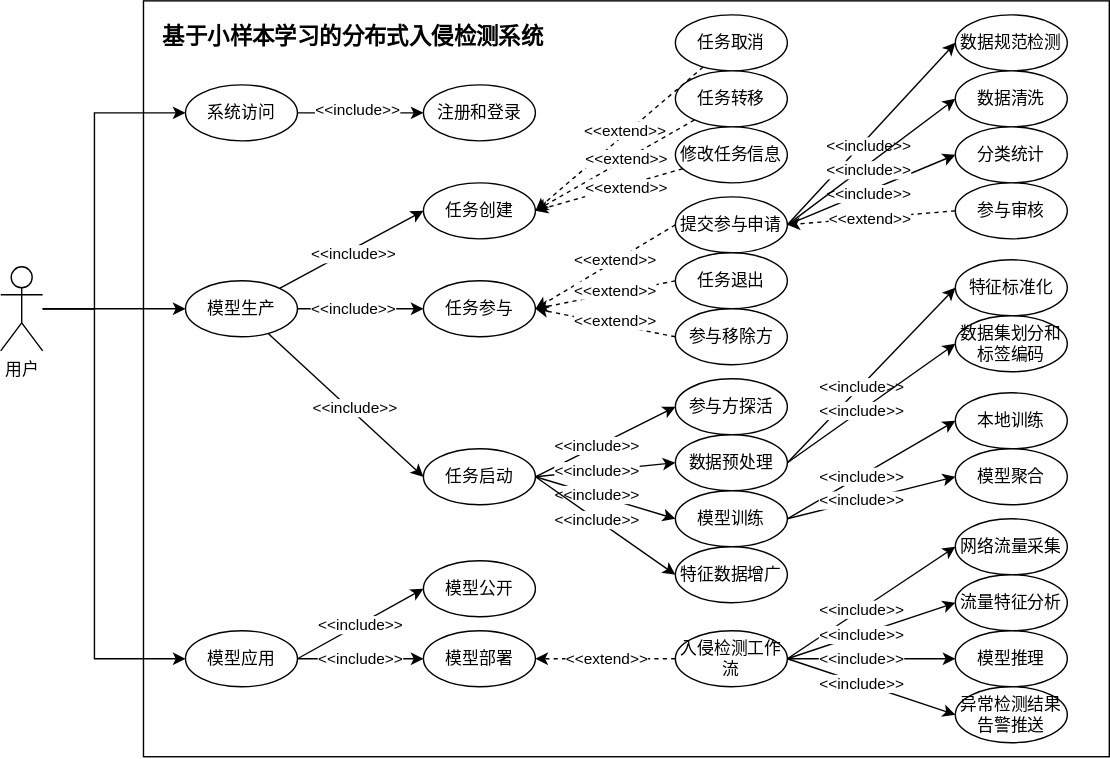
This is 需求用例图.svg from hiro942/drawio, a draw.io export, as it was before one commit. Source tidied: cells renumbered, new cells last; positions are measured from the earlier drawing's top-left corner, leaving out a move shared by most shapes.
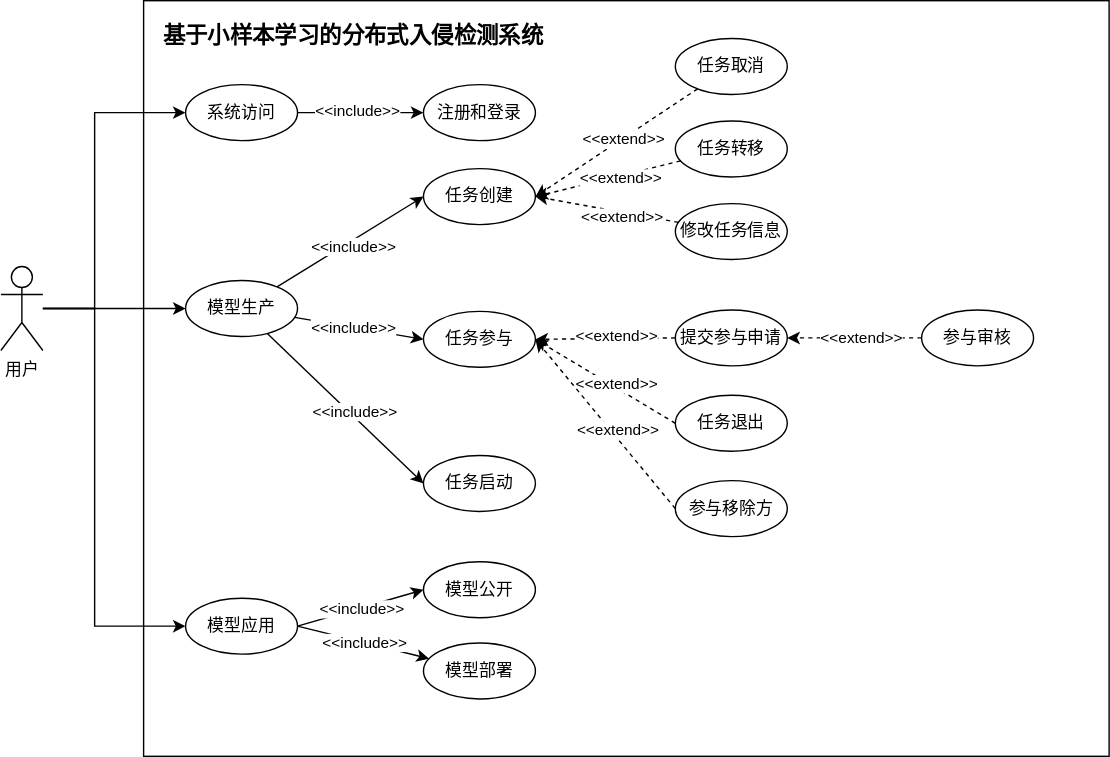
The same file after the commit.

Commit message:
更新需求用例图.svg

Change to the diagram source:
```diff
@@ -18,10 +18,11 @@
         </Array>
       </mxGeometry>
     </mxCell>
-    <mxCell id="6" style="rounded=0;jettySize=auto;html=1;entryX=0;entryY=0.5;entryDx=0;entryDy=0;edgeStyle=orthogonalEdgeStyle;" parent="1" edge="1" source="7" target="17">
+    <mxCell id="6" style="edgeStyle=orthogonalEdgeStyle;rounded=0;jettySize=auto;html=1;entryX=0;entryY=0.5;entryDx=0;entryDy=0;" parent="1" edge="1" source="7" target="17">
       <mxGeometry relative="1" as="geometry">
         <Array as="points">
-          <mxPoint x="67" y="470" />
+          <mxPoint x="67" y="220" />
+          <mxPoint x="67" y="447" />
         </Array>
       </mxGeometry>
     </mxCell>
@@ -60,69 +61,71 @@
       <mxGeometry x="132" y="200" width="80" height="40" as="geometry" />
     </mxCell>
     <mxCell id="17" value="模型应用" style="ellipse;whiteSpace=wrap;html=1;" parent="1" vertex="1">
-      <mxGeometry x="132" y="450" width="80" height="40" as="geometry" />
+      <mxGeometry x="132" y="427" width="80" height="40" as="geometry" />
     </mxCell>
     <mxCell id="18" value="注册和登录" style="ellipse;whiteSpace=wrap;html=1;" parent="1" vertex="1">
       <mxGeometry x="302" y="60" width="80" height="40" as="geometry" />
     </mxCell>
     <mxCell id="19" value="任务创建" style="ellipse;whiteSpace=wrap;html=1;" parent="1" vertex="1">
-      <mxGeometry x="302" y="130" width="80" height="40" as="geometry" />
+      <mxGeometry x="302" y="120" width="80" height="40" as="geometry" />
     </mxCell>
     <mxCell id="20" value="任务参与" style="ellipse;whiteSpace=wrap;html=1;" parent="1" vertex="1">
-      <mxGeometry x="302" y="200" width="80" height="40" as="geometry" />
+      <mxGeometry x="302" y="222" width="80" height="40" as="geometry" />
     </mxCell>
     <mxCell id="21" value="任务启动" style="ellipse;whiteSpace=wrap;html=1;" parent="1" vertex="1">
-      <mxGeometry x="302" y="320" width="80" height="40" as="geometry" />
+      <mxGeometry x="302" y="325" width="80" height="40" as="geometry" />
     </mxCell>
     <mxCell id="22" value="模型部署" style="ellipse;whiteSpace=wrap;html=1;" parent="1" vertex="1">
-      <mxGeometry x="302" y="450" width="80" height="40" as="geometry" />
+      <mxGeometry x="302" y="459" width="80" height="40" as="geometry" />
     </mxCell>
     <mxCell id="23" value="提交参与申请" style="ellipse;whiteSpace=wrap;html=1;" parent="1" vertex="1">
-      <mxGeometry x="482" y="140" width="80" height="40" as="geometry" />
+      <mxGeometry x="482" y="221" width="80" height="40" as="geometry" />
     </mxCell>
     <mxCell id="24" value="任务退出" style="ellipse;whiteSpace=wrap;html=1;" parent="1" vertex="1">
-      <mxGeometry x="482" y="180" width="80" height="40" as="geometry" />
+      <mxGeometry x="482" y="282" width="80" height="40" as="geometry" />
     </mxCell>
     <mxCell id="25" style="rounded=0;jettySize=auto;html=1;entryX=1;entryY=0.5;entryDx=0;entryDy=0;dashed=1;" parent="1" edge="1" source="27" target="19">
       <mxGeometry relative="1" as="geometry" />
     </mxCell>
     <mxCell id="26" value="&amp;lt;&amp;lt;extend&amp;gt;&amp;gt;" style="edgeLabel;html=1;align=center;verticalAlign=middle;" parent="25" vertex="1">
-      <mxGeometry x="-0.09" y="-2" relative="1" as="geometry" />
+      <mxGeometry x="-0.09" y="-2" relative="1" as="geometry">
+        <mxPoint y="2" as="offset" />
+      </mxGeometry>
     </mxCell>
     <mxCell id="27" value="任务取消" style="ellipse;whiteSpace=wrap;html=1;" parent="1" vertex="1">
-      <mxGeometry x="482" y="10" width="80" height="40" as="geometry" />
+      <mxGeometry x="482" y="27" width="80" height="40" as="geometry" />
     </mxCell>
     <mxCell id="28" style="rounded=0;jettySize=auto;html=1;entryX=1;entryY=0.5;entryDx=0;entryDy=0;dashed=1;" parent="1" edge="1" source="30" target="19">
       <mxGeometry relative="1" as="geometry" />
     </mxCell>
     <mxCell id="29" value="&amp;lt;&amp;lt;extend&amp;gt;&amp;gt;" style="edgeLabel;html=1;align=center;verticalAlign=middle;" parent="28" vertex="1">
       <mxGeometry x="-0.18" relative="1" as="geometry">
-        <mxPoint x="-2" y="1" as="offset" />
+        <mxPoint y="1" as="offset" />
       </mxGeometry>
     </mxCell>
     <mxCell id="30" value="任务转移" style="ellipse;whiteSpace=wrap;html=1;" parent="1" vertex="1">
-      <mxGeometry x="482" y="50" width="80" height="40" as="geometry" />
+      <mxGeometry x="482" y="86" width="80" height="40" as="geometry" />
     </mxCell>
     <mxCell id="31" style="rounded=0;jettySize=auto;html=1;entryX=1;entryY=0.5;entryDx=0;entryDy=0;dashed=1;" parent="1" edge="1" source="33" target="19">
       <mxGeometry relative="1" as="geometry" />
     </mxCell>
     <mxCell id="32" value="&amp;lt;&amp;lt;extend&amp;gt;&amp;gt;" style="edgeLabel;html=1;align=center;verticalAlign=middle;" parent="31" vertex="1">
       <mxGeometry x="-0.03" y="2" relative="1" as="geometry">
-        <mxPoint x="10" y="-3" as="offset" />
+        <mxPoint x="9" y="3" as="offset" />
       </mxGeometry>
     </mxCell>
     <mxCell id="33" value="修改任务信息" style="ellipse;whiteSpace=wrap;html=1;" parent="1" vertex="1">
-      <mxGeometry x="482" y="90" width="80" height="40" as="geometry" />
+      <mxGeometry x="482" y="145" width="80" height="40" as="geometry" />
     </mxCell>
     <mxCell id="34" value="参与移除方" style="ellipse;whiteSpace=wrap;html=1;" parent="1" vertex="1">
-      <mxGeometry x="482" y="220" width="80" height="40" as="geometry" />
+      <mxGeometry x="482" y="343" width="80" height="40" as="geometry" />
     </mxCell>
     <mxCell id="35" style="rounded=0;jettySize=auto;html=1;entryX=1;entryY=0.5;entryDx=0;entryDy=0;dashed=1;exitX=0;exitY=0.5;exitDx=0;exitDy=0;" parent="1" edge="1" source="23" target="20">
       <mxGeometry relative="1" as="geometry" />
     </mxCell>
     <mxCell id="36" value="&amp;lt;&amp;lt;extend&amp;gt;&amp;gt;" style="edgeLabel;html=1;align=center;verticalAlign=middle;" parent="35" vertex="1">
       <mxGeometry x="-0.09" y="-2" relative="1" as="geometry">
-        <mxPoint x="3" y="-1" as="offset" />
+        <mxPoint x="3" as="offset" />
       </mxGeometry>
     </mxCell>
     <mxCell id="37" style="rounded=0;jettySize=auto;html=1;entryX=1;entryY=0.5;entryDx=0;entryDy=0;dashed=1;exitX=0;exitY=0.5;exitDx=0;exitDy=0;" parent="1" edge="1" source="24" target="20">
@@ -141,169 +144,17 @@
         <mxPoint x="2" as="offset" />
       </mxGeometry>
     </mxCell>
-    <mxCell id="41" value="参与方探活" style="ellipse;whiteSpace=wrap;html=1;" parent="1" vertex="1">
-      <mxGeometry x="482" y="270" width="80" height="40" as="geometry" />
-    </mxCell>
-    <mxCell id="42" value="数据预处理" style="ellipse;whiteSpace=wrap;html=1;" parent="1" vertex="1">
-      <mxGeometry x="482" y="310" width="80" height="40" as="geometry" />
-    </mxCell>
-    <mxCell id="43" value="模型训练" style="ellipse;whiteSpace=wrap;html=1;" parent="1" vertex="1">
-      <mxGeometry x="482" y="350" width="80" height="40" as="geometry" />
-    </mxCell>
-    <mxCell id="44" value="本地训练" style="ellipse;whiteSpace=wrap;html=1;" parent="1" vertex="1">
-      <mxGeometry x="682" y="280" width="80" height="40" as="geometry" />
-    </mxCell>
-    <mxCell id="45" value="模型聚合" style="ellipse;whiteSpace=wrap;html=1;" parent="1" vertex="1">
-      <mxGeometry x="682" y="320" width="80" height="40" as="geometry" />
-    </mxCell>
-    <mxCell id="46" value="特征数据增广" style="ellipse;whiteSpace=wrap;html=1;" parent="1" vertex="1">
-      <mxGeometry x="482" y="390" width="80" height="40" as="geometry" />
-    </mxCell>
-    <mxCell id="47" value="特征标准化" style="ellipse;whiteSpace=wrap;html=1;" parent="1" vertex="1">
-      <mxGeometry x="682" y="185" width="80" height="40" as="geometry" />
-    </mxCell>
-    <mxCell id="48" value="数据集划分和标签编码" style="ellipse;whiteSpace=wrap;html=1;" parent="1" vertex="1">
-      <mxGeometry x="682" y="225" width="80" height="40" as="geometry" />
-    </mxCell>
-    <mxCell id="49" style="rounded=0;jettySize=auto;html=1;entryX=0;entryY=0.5;entryDx=0;entryDy=0;exitX=1;exitY=0.5;exitDx=0;exitDy=0;" parent="1" edge="1" source="42" target="47">
-      <mxGeometry relative="1" as="geometry" />
-    </mxCell>
-    <mxCell id="50" value="&amp;lt;&amp;lt;include&amp;gt;&amp;gt;" style="edgeLabel;html=1;align=center;verticalAlign=middle;" parent="49" vertex="1">
-      <mxGeometry x="-0.12" relative="1" as="geometry" />
-    </mxCell>
-    <mxCell id="51" style="rounded=0;jettySize=auto;html=1;entryX=0;entryY=0.5;entryDx=0;entryDy=0;exitX=1;exitY=0.5;exitDx=0;exitDy=0;" parent="1" edge="1" source="42" target="48">
-      <mxGeometry relative="1" as="geometry" />
-    </mxCell>
-    <mxCell id="52" value="&amp;lt;&amp;lt;include&amp;gt;&amp;gt;" style="edgeLabel;html=1;align=center;verticalAlign=middle;" parent="51" vertex="1">
-      <mxGeometry x="-0.12" relative="1" as="geometry" />
-    </mxCell>
-    <mxCell id="53" style="rounded=0;jettySize=auto;html=1;entryX=0;entryY=0.5;entryDx=0;entryDy=0;exitX=1;exitY=0.5;exitDx=0;exitDy=0;" parent="1" edge="1" source="43" target="44">
-      <mxGeometry relative="1" as="geometry" />
-    </mxCell>
-    <mxCell id="54" value="&amp;lt;&amp;lt;include&amp;gt;&amp;gt;" style="edgeLabel;html=1;align=center;verticalAlign=middle;" parent="53" vertex="1">
-      <mxGeometry x="-0.12" relative="1" as="geometry" />
-    </mxCell>
-    <mxCell id="55" style="rounded=0;jettySize=auto;html=1;entryX=0;entryY=0.5;entryDx=0;entryDy=0;exitX=1;exitY=0.5;exitDx=0;exitDy=0;" parent="1" edge="1" source="43" target="45">
-      <mxGeometry relative="1" as="geometry" />
-    </mxCell>
-    <mxCell id="56" value="&amp;lt;&amp;lt;include&amp;gt;&amp;gt;" style="edgeLabel;html=1;align=center;verticalAlign=middle;" parent="55" vertex="1">
-      <mxGeometry x="-0.12" relative="1" as="geometry" />
-    </mxCell>
-    <mxCell id="57" value="数据规范检测" style="ellipse;whiteSpace=wrap;html=1;" parent="1" vertex="1">
-      <mxGeometry x="682" y="10" width="80" height="40" as="geometry" />
-    </mxCell>
-    <mxCell id="58" value="数据清洗" style="ellipse;whiteSpace=wrap;html=1;" parent="1" vertex="1">
-      <mxGeometry x="682" y="50" width="80" height="40" as="geometry" />
-    </mxCell>
-    <mxCell id="59" value="分类统计" style="ellipse;whiteSpace=wrap;html=1;" parent="1" vertex="1">
-      <mxGeometry x="682" y="90" width="80" height="40" as="geometry" />
-    </mxCell>
     <mxCell id="60" value="参与审核" style="ellipse;whiteSpace=wrap;html=1;" parent="1" vertex="1">
-      <mxGeometry x="682" y="130" width="80" height="40" as="geometry" />
+      <mxGeometry x="658" y="221" width="80" height="40" as="geometry" />
     </mxCell>
-    <mxCell id="61" style="rounded=0;jettySize=auto;html=1;entryX=0;entryY=0.5;entryDx=0;entryDy=0;exitX=1;exitY=0.5;exitDx=0;exitDy=0;" parent="1" edge="1" source="23" target="57">
-      <mxGeometry relative="1" as="geometry" />
-    </mxCell>
-    <mxCell id="62" value="&amp;lt;&amp;lt;include&amp;gt;&amp;gt;" style="edgeLabel;html=1;align=center;verticalAlign=middle;" parent="61" vertex="1">
-      <mxGeometry x="-0.12" relative="1" as="geometry">
-        <mxPoint x="5" as="offset" />
-      </mxGeometry>
-    </mxCell>
-    <mxCell id="63" style="rounded=0;jettySize=auto;html=1;entryX=0;entryY=0.5;entryDx=0;entryDy=0;exitX=1;exitY=0.5;exitDx=0;exitDy=0;" parent="1" edge="1" source="23" target="59">
-      <mxGeometry relative="1" as="geometry" />
-    </mxCell>
-    <mxCell id="64" value="&amp;lt;&amp;lt;include&amp;gt;&amp;gt;" style="edgeLabel;html=1;align=center;verticalAlign=middle;" parent="63" vertex="1">
-      <mxGeometry x="-0.12" relative="1" as="geometry">
-        <mxPoint x="5" as="offset" />
-      </mxGeometry>
-    </mxCell>
-    <mxCell id="65" style="rounded=0;jettySize=auto;html=1;entryX=0;entryY=0.5;entryDx=0;entryDy=0;exitX=1;exitY=0.5;exitDx=0;exitDy=0;" parent="1" edge="1" source="23" target="58">
-      <mxGeometry relative="1" as="geometry" />
-    </mxCell>
-    <mxCell id="66" value="&amp;lt;&amp;lt;include&amp;gt;&amp;gt;" style="edgeLabel;html=1;align=center;verticalAlign=middle;" parent="65" vertex="1">
-      <mxGeometry x="-0.12" relative="1" as="geometry">
-        <mxPoint x="5" as="offset" />
-      </mxGeometry>
-    </mxCell>
     <mxCell id="67" style="rounded=0;jettySize=auto;html=1;entryX=1;entryY=0.5;entryDx=0;entryDy=0;dashed=1;exitX=0;exitY=0.5;exitDx=0;exitDy=0;" parent="1" edge="1" source="60" target="23">
       <mxGeometry relative="1" as="geometry" />
     </mxCell>
     <mxCell id="68" value="&amp;lt;&amp;lt;extend&amp;gt;&amp;gt;" style="edgeLabel;html=1;align=center;verticalAlign=middle;" parent="67" vertex="1">
       <mxGeometry x="-0.09" y="-2" relative="1" as="geometry">
-        <mxPoint x="-7" y="3" as="offset" />
+        <mxPoint x="1" y="1" as="offset" />
       </mxGeometry>
     </mxCell>
-    <mxCell id="69" style="rounded=0;jettySize=auto;html=1;entryX=0;entryY=0.5;entryDx=0;entryDy=0;exitX=1;exitY=0.5;exitDx=0;exitDy=0;" parent="1" edge="1" source="21" target="41">
-      <mxGeometry relative="1" as="geometry" />
-    </mxCell>
-    <mxCell id="70" value="&amp;lt;&amp;lt;include&amp;gt;&amp;gt;" style="edgeLabel;html=1;align=center;verticalAlign=middle;" parent="69" vertex="1">
-      <mxGeometry x="-0.12" relative="1" as="geometry" />
-    </mxCell>
-    <mxCell id="71" style="rounded=0;jettySize=auto;html=1;entryX=0;entryY=0.5;entryDx=0;entryDy=0;exitX=1;exitY=0.5;exitDx=0;exitDy=0;" parent="1" edge="1" source="21" target="42">
-      <mxGeometry relative="1" as="geometry" />
-    </mxCell>
-    <mxCell id="72" value="&amp;lt;&amp;lt;include&amp;gt;&amp;gt;" style="edgeLabel;html=1;align=center;verticalAlign=middle;" parent="71" vertex="1">
-      <mxGeometry x="-0.12" relative="1" as="geometry" />
-    </mxCell>
-    <mxCell id="73" style="rounded=0;jettySize=auto;html=1;entryX=0;entryY=0.5;entryDx=0;entryDy=0;exitX=1;exitY=0.5;exitDx=0;exitDy=0;" parent="1" edge="1" source="21" target="43">
-      <mxGeometry relative="1" as="geometry" />
-    </mxCell>
-    <mxCell id="74" value="&amp;lt;&amp;lt;include&amp;gt;&amp;gt;" style="edgeLabel;html=1;align=center;verticalAlign=middle;" parent="73" vertex="1">
-      <mxGeometry x="-0.12" relative="1" as="geometry" />
-    </mxCell>
-    <mxCell id="75" style="rounded=0;jettySize=auto;html=1;entryX=0;entryY=0.5;entryDx=0;entryDy=0;exitX=1;exitY=0.5;exitDx=0;exitDy=0;" parent="1" edge="1" source="21" target="46">
-      <mxGeometry relative="1" as="geometry" />
-    </mxCell>
-    <mxCell id="76" value="&amp;lt;&amp;lt;include&amp;gt;&amp;gt;" style="edgeLabel;html=1;align=center;verticalAlign=middle;" parent="75" vertex="1">
-      <mxGeometry x="-0.12" relative="1" as="geometry" />
-    </mxCell>
-    <mxCell id="77" value="入侵检测工作流" style="ellipse;whiteSpace=wrap;html=1;" parent="1" vertex="1">
-      <mxGeometry x="482" y="450" width="80" height="40" as="geometry" />
-    </mxCell>
-    <mxCell id="78" style="rounded=0;jettySize=auto;html=1;entryX=1;entryY=0.5;entryDx=0;entryDy=0;dashed=1;exitX=0;exitY=0.5;exitDx=0;exitDy=0;" parent="1" edge="1" source="77" target="22">
-      <mxGeometry relative="1" as="geometry" />
-    </mxCell>
-    <mxCell id="79" value="&amp;lt;&amp;lt;extend&amp;gt;&amp;gt;" style="edgeLabel;html=1;align=center;verticalAlign=middle;" parent="78" vertex="1">
-      <mxGeometry x="-0.09" y="-2" relative="1" as="geometry">
-        <mxPoint x="-4" y="2" as="offset" />
-      </mxGeometry>
-    </mxCell>
-    <mxCell id="80" value="网络流量采集" style="ellipse;whiteSpace=wrap;html=1;" parent="1" vertex="1">
-      <mxGeometry x="682" y="370" width="80" height="40" as="geometry" />
-    </mxCell>
-    <mxCell id="81" value="流量特征分析" style="ellipse;whiteSpace=wrap;html=1;" parent="1" vertex="1">
-      <mxGeometry x="682" y="410" width="80" height="40" as="geometry" />
-    </mxCell>
-    <mxCell id="82" value="模型推理" style="ellipse;whiteSpace=wrap;html=1;" parent="1" vertex="1">
-      <mxGeometry x="682" y="450" width="80" height="40" as="geometry" />
-    </mxCell>
-    <mxCell id="83" value="异常检测结果告警推送" style="ellipse;whiteSpace=wrap;html=1;" parent="1" vertex="1">
-      <mxGeometry x="682" y="490" width="80" height="40" as="geometry" />
-    </mxCell>
-    <mxCell id="84" style="rounded=0;jettySize=auto;html=1;entryX=0;entryY=0.5;entryDx=0;entryDy=0;exitX=1;exitY=0.5;exitDx=0;exitDy=0;" parent="1" edge="1" source="77" target="80">
-      <mxGeometry relative="1" as="geometry" />
-    </mxCell>
-    <mxCell id="85" value="&amp;lt;&amp;lt;include&amp;gt;&amp;gt;" style="edgeLabel;html=1;align=center;verticalAlign=middle;" parent="84" vertex="1">
-      <mxGeometry x="-0.12" relative="1" as="geometry" />
-    </mxCell>
-    <mxCell id="86" style="rounded=0;jettySize=auto;html=1;entryX=0;entryY=0.5;entryDx=0;entryDy=0;exitX=1;exitY=0.5;exitDx=0;exitDy=0;" parent="1" edge="1" source="77" target="81">
-      <mxGeometry relative="1" as="geometry" />
-    </mxCell>
-    <mxCell id="87" value="&amp;lt;&amp;lt;include&amp;gt;&amp;gt;" style="edgeLabel;html=1;align=center;verticalAlign=middle;" parent="86" vertex="1">
-      <mxGeometry x="-0.12" relative="1" as="geometry" />
-    </mxCell>
-    <mxCell id="88" style="rounded=0;jettySize=auto;html=1;entryX=0;entryY=0.5;entryDx=0;entryDy=0;exitX=1;exitY=0.5;exitDx=0;exitDy=0;" parent="1" edge="1" source="77" target="82">
-      <mxGeometry relative="1" as="geometry" />
-    </mxCell>
-    <mxCell id="89" value="&amp;lt;&amp;lt;include&amp;gt;&amp;gt;" style="edgeLabel;html=1;align=center;verticalAlign=middle;" parent="88" vertex="1">
-      <mxGeometry x="-0.12" relative="1" as="geometry" />
-    </mxCell>
-    <mxCell id="90" style="rounded=0;jettySize=auto;html=1;entryX=0;entryY=0.5;entryDx=0;entryDy=0;exitX=1;exitY=0.5;exitDx=0;exitDy=0;" parent="1" edge="1" source="77" target="83">
-      <mxGeometry relative="1" as="geometry" />
-    </mxCell>
-    <mxCell id="91" value="&amp;lt;&amp;lt;include&amp;gt;&amp;gt;" style="edgeLabel;html=1;align=center;verticalAlign=middle;" parent="90" vertex="1">
-      <mxGeometry x="-0.12" relative="1" as="geometry" />
-    </mxCell>
     <mxCell id="92" style="rounded=0;jettySize=auto;html=1;exitX=1;exitY=0.5;exitDx=0;exitDy=0;" parent="1" edge="1" source="17" target="22">
       <mxGeometry relative="1" as="geometry" />
     </mxCell>
@@ -319,7 +170,7 @@
       </mxGeometry>
     </mxCell>
     <mxCell id="96" value="模型公开" style="ellipse;whiteSpace=wrap;html=1;" parent="1" vertex="1">
-      <mxGeometry x="302" y="400" width="80" height="40" as="geometry" />
+      <mxGeometry x="302" y="401" width="80" height="40" as="geometry" />
     </mxCell>
     <mxCell id="97" style="rounded=0;jettySize=auto;html=1;exitX=1;exitY=0.5;exitDx=0;exitDy=0;entryX=0;entryY=0.5;entryDx=0;entryDy=0;" parent="1" edge="1" source="17" target="96">
       <mxGeometry relative="1" as="geometry" />
```
